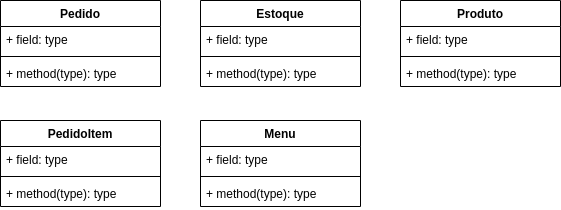
This is classes.drawio.png from dbserver/desafio-pos-java, a draw.io export, as it was before one commit. Source tidied: cells renumbered, new cells last; positions are measured from the earlier drawing's top-left corner, leaving out a move shared by most shapes.
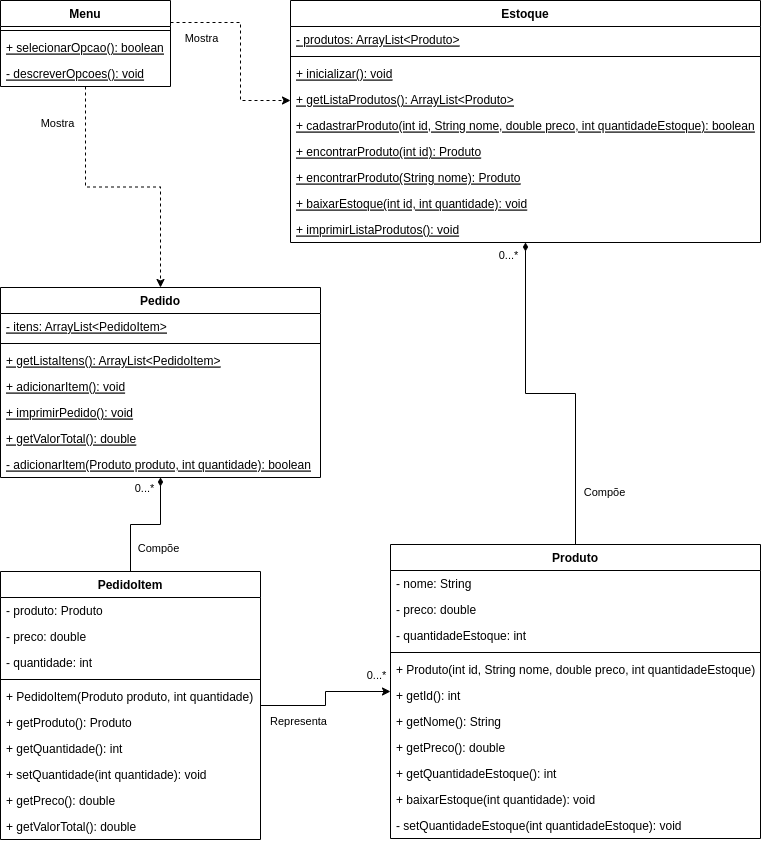
Later version of the same file.

Commit message:
Atualizando o diagrama de classes.

The edit, as a diff of the source:
```diff
@@ -3,64 +3,199 @@
     <mxCell id="0" />
     <mxCell id="1" parent="0" />
     <mxCell id="2" value="Pedido" style="swimlane;fontStyle=1;align=center;verticalAlign=top;horizontal=1;startSize=26;" parent="1" vertex="1">
-      <mxGeometry width="160" height="86" as="geometry" />
+      <mxGeometry y="288" width="320" height="190" as="geometry" />
     </mxCell>
-    <mxCell id="3" value="+ field: type" style="text;strokeColor=none;fillColor=none;align=left;verticalAlign=top;spacingLeft=4;spacingRight=4;overflow=hidden;" parent="2" vertex="1">
-      <mxGeometry y="26" width="160" height="26" as="geometry" />
+    <mxCell id="3" value="- itens: ArrayList&lt;PedidoItem&gt;" style="text;strokeColor=none;fillColor=none;align=left;verticalAlign=top;spacingLeft=4;spacingRight=4;overflow=hidden;fontStyle=4;" parent="2" vertex="1">
+      <mxGeometry y="26" width="320" height="26" as="geometry" />
     </mxCell>
     <mxCell id="4" style="line;strokeWidth=1;fillColor=none;align=left;verticalAlign=middle;spacingTop=-1;spacingLeft=3;spacingRight=3;labelPosition=right;strokeColor=inherit;" parent="2" vertex="1">
-      <mxGeometry y="52" width="160" height="8" as="geometry" />
+      <mxGeometry y="52" width="320" height="8" as="geometry" />
     </mxCell>
+    <mxCell id="22" value="+ getListaItens(): ArrayList&lt;PedidoItem&gt;" style="text;strokeColor=none;fillColor=none;align=left;verticalAlign=top;spacingLeft=4;spacingRight=4;overflow=hidden;fontStyle=4;" parent="2" vertex="1">
+      <mxGeometry y="60" width="320" height="26" as="geometry" />
+    </mxCell>
-    <mxCell id="5" value="+ method(type): type" style="text;strokeColor=none;fillColor=none;align=left;verticalAlign=top;spacingLeft=4;spacingRight=4;overflow=hidden;" parent="2" vertex="1">
-      <mxGeometry y="60" width="160" height="26" as="geometry" />
+    <mxCell id="5" value="+ adicionarItem(): void" style="text;strokeColor=none;fillColor=none;align=left;verticalAlign=top;spacingLeft=4;spacingRight=4;overflow=hidden;fontStyle=4;" parent="2" vertex="1">
+      <mxGeometry y="86" width="320" height="26" as="geometry" />
     </mxCell>
+    <mxCell id="23" value="+ imprimirPedido(): void" style="text;strokeColor=none;fillColor=none;align=left;verticalAlign=top;spacingLeft=4;spacingRight=4;overflow=hidden;fontStyle=4;" parent="2" vertex="1">
+      <mxGeometry y="112" width="320" height="26" as="geometry" />
+    </mxCell>
+    <mxCell id="24" value="+ getValorTotal(): double" style="text;strokeColor=none;fillColor=none;align=left;verticalAlign=top;spacingLeft=4;spacingRight=4;overflow=hidden;fontStyle=4;" parent="2" vertex="1">
+      <mxGeometry y="138" width="320" height="26" as="geometry" />
+    </mxCell>
+    <mxCell id="25" value="- adicionarItem(Produto produto, int quantidade): boolean" style="text;strokeColor=none;fillColor=none;align=left;verticalAlign=top;spacingLeft=4;spacingRight=4;overflow=hidden;fontStyle=4;" parent="2" vertex="1">
+      <mxGeometry y="164" width="320" height="26" as="geometry" />
+    </mxCell>
     <mxCell id="6" value="Estoque" style="swimlane;fontStyle=1;align=center;verticalAlign=top;horizontal=1;startSize=26;" parent="1" vertex="1">
-      <mxGeometry x="200" width="160" height="86" as="geometry" />
+      <mxGeometry x="290" y="1" width="470" height="242" as="geometry" />
     </mxCell>
-    <mxCell id="7" value="+ field: type" style="text;strokeColor=none;fillColor=none;align=left;verticalAlign=top;spacingLeft=4;spacingRight=4;overflow=hidden;" parent="6" vertex="1">
-      <mxGeometry y="26" width="160" height="26" as="geometry" />
+    <mxCell id="7" value="- produtos: ArrayList&lt;Produto&gt;" style="text;strokeColor=none;fillColor=none;align=left;verticalAlign=top;spacingLeft=4;spacingRight=4;overflow=hidden;fontStyle=4;" parent="6" vertex="1">
+      <mxGeometry y="26" width="470" height="26" as="geometry" />
     </mxCell>
     <mxCell id="8" style="line;strokeWidth=1;fillColor=none;align=left;verticalAlign=middle;spacingTop=-1;spacingLeft=3;spacingRight=3;labelPosition=right;strokeColor=inherit;" parent="6" vertex="1">
-      <mxGeometry y="52" width="160" height="8" as="geometry" />
+      <mxGeometry y="52" width="470" height="8" as="geometry" />
     </mxCell>
+    <mxCell id="26" value="+ inicializar(): void" style="text;strokeColor=none;fillColor=none;align=left;verticalAlign=top;spacingLeft=4;spacingRight=4;overflow=hidden;fontStyle=4;" parent="6" vertex="1">
+      <mxGeometry y="60" width="470" height="26" as="geometry" />
+    </mxCell>
+    <mxCell id="27" value="+ getListaProdutos(): ArrayList&lt;Produto&gt;" style="text;strokeColor=none;fillColor=none;align=left;verticalAlign=top;spacingLeft=4;spacingRight=4;overflow=hidden;fontStyle=4;" parent="6" vertex="1">
+      <mxGeometry y="86" width="470" height="26" as="geometry" />
+    </mxCell>
-    <mxCell id="9" value="+ method(type): type" style="text;strokeColor=none;fillColor=none;align=left;verticalAlign=top;spacingLeft=4;spacingRight=4;overflow=hidden;" parent="6" vertex="1">
-      <mxGeometry y="60" width="160" height="26" as="geometry" />
+    <mxCell id="9" value="+ cadastrarProduto(int id, String nome, double preco, int quantidadeEstoque): boolean" style="text;strokeColor=none;fillColor=none;align=left;verticalAlign=top;spacingLeft=4;spacingRight=4;overflow=hidden;fontStyle=4;" parent="6" vertex="1">
+      <mxGeometry y="112" width="470" height="26" as="geometry" />
     </mxCell>
+    <mxCell id="28" value="+ encontrarProduto(int id): Produto" style="text;strokeColor=none;fillColor=none;align=left;verticalAlign=top;spacingLeft=4;spacingRight=4;overflow=hidden;fontStyle=4;" parent="6" vertex="1">
+      <mxGeometry y="138" width="470" height="26" as="geometry" />
+    </mxCell>
+    <mxCell id="29" value="+ encontrarProduto(String nome): Produto" style="text;strokeColor=none;fillColor=none;align=left;verticalAlign=top;spacingLeft=4;spacingRight=4;overflow=hidden;fontStyle=4;" parent="6" vertex="1">
+      <mxGeometry y="164" width="470" height="26" as="geometry" />
+    </mxCell>
+    <mxCell id="30" value="+ baixarEstoque(int id, int quantidade): void" style="text;strokeColor=none;fillColor=none;align=left;verticalAlign=top;spacingLeft=4;spacingRight=4;overflow=hidden;fontStyle=4;" parent="6" vertex="1">
+      <mxGeometry y="190" width="470" height="26" as="geometry" />
+    </mxCell>
+    <mxCell id="31" value="+ imprimirListaProdutos(): void" style="text;strokeColor=none;fillColor=none;align=left;verticalAlign=top;spacingLeft=4;spacingRight=4;overflow=hidden;fontStyle=4;" parent="6" vertex="1">
+      <mxGeometry y="216" width="470" height="26" as="geometry" />
+    </mxCell>
+    <mxCell id="32" style="edgeStyle=orthogonalEdgeStyle;rounded=0;html=1;strokeColor=default;startArrow=none;startFill=0;endArrow=diamondThin;endFill=1;" parent="1" edge="1" source="10" target="6">
+      <mxGeometry relative="1" as="geometry" />
+    </mxCell>
+    <mxCell id="33" value="Compõe" style="edgeLabel;html=1;align=center;verticalAlign=middle;" parent="32" vertex="1">
+      <mxGeometry x="0.07" y="3" relative="1" as="geometry">
+        <mxPoint x="65" y="95" as="offset" />
+      </mxGeometry>
+    </mxCell>
+    <mxCell id="34" value="0...*" style="edgeLabel;html=1;align=center;verticalAlign=middle;" parent="32" vertex="1">
+      <mxGeometry x="0.9" relative="1" as="geometry">
+        <mxPoint x="-18" y="-6" as="offset" />
+      </mxGeometry>
+    </mxCell>
     <mxCell id="10" value="Produto" style="swimlane;fontStyle=1;align=center;verticalAlign=top;horizontal=1;startSize=26;" parent="1" vertex="1">
-      <mxGeometry x="400" width="160" height="86" as="geometry" />
+      <mxGeometry x="390" y="545" width="370" height="294" as="geometry" />
     </mxCell>
-    <mxCell id="11" value="+ field: type" style="text;strokeColor=none;fillColor=none;align=left;verticalAlign=top;spacingLeft=4;spacingRight=4;overflow=hidden;" parent="10" vertex="1">
-      <mxGeometry y="26" width="160" height="26" as="geometry" />
+    <mxCell id="11" value="- nome: String" style="text;strokeColor=none;fillColor=none;align=left;verticalAlign=top;spacingLeft=4;spacingRight=4;overflow=hidden;" parent="10" vertex="1">
+      <mxGeometry y="26" width="370" height="26" as="geometry" />
     </mxCell>
+    <mxCell id="35" value="- preco: double" style="text;strokeColor=none;fillColor=none;align=left;verticalAlign=top;spacingLeft=4;spacingRight=4;overflow=hidden;" parent="10" vertex="1">
+      <mxGeometry y="52" width="370" height="26" as="geometry" />
+    </mxCell>
+    <mxCell id="36" value="- quantidadeEstoque: int" style="text;strokeColor=none;fillColor=none;align=left;verticalAlign=top;spacingLeft=4;spacingRight=4;overflow=hidden;" parent="10" vertex="1">
+      <mxGeometry y="78" width="370" height="26" as="geometry" />
+    </mxCell>
     <mxCell id="12" style="line;strokeWidth=1;fillColor=none;align=left;verticalAlign=middle;spacingTop=-1;spacingLeft=3;spacingRight=3;labelPosition=right;strokeColor=inherit;" parent="10" vertex="1">
-      <mxGeometry y="52" width="160" height="8" as="geometry" />
+      <mxGeometry y="104" width="370" height="8" as="geometry" />
     </mxCell>
-    <mxCell id="13" value="+ method(type): type" style="text;strokeColor=none;fillColor=none;align=left;verticalAlign=top;spacingLeft=4;spacingRight=4;overflow=hidden;" parent="10" vertex="1">
-      <mxGeometry y="60" width="160" height="26" as="geometry" />
+    <mxCell id="13" value="+ Produto(int id, String nome, double preco, int quantidadeEstoque)" style="text;strokeColor=none;fillColor=none;align=left;verticalAlign=top;spacingLeft=4;spacingRight=4;overflow=hidden;" parent="10" vertex="1">
+      <mxGeometry y="112" width="370" height="26" as="geometry" />
     </mxCell>
+    <mxCell id="37" value="+ getId(): int" style="text;strokeColor=none;fillColor=none;align=left;verticalAlign=top;spacingLeft=4;spacingRight=4;overflow=hidden;" parent="10" vertex="1">
+      <mxGeometry y="138" width="370" height="26" as="geometry" />
+    </mxCell>
+    <mxCell id="38" value="+ getNome(): String" style="text;strokeColor=none;fillColor=none;align=left;verticalAlign=top;spacingLeft=4;spacingRight=4;overflow=hidden;" parent="10" vertex="1">
+      <mxGeometry y="164" width="370" height="26" as="geometry" />
+    </mxCell>
+    <mxCell id="39" value="+ getPreco(): double" style="text;strokeColor=none;fillColor=none;align=left;verticalAlign=top;spacingLeft=4;spacingRight=4;overflow=hidden;" parent="10" vertex="1">
+      <mxGeometry y="190" width="370" height="26" as="geometry" />
+    </mxCell>
+    <mxCell id="40" value="+ getQuantidadeEstoque(): int" style="text;strokeColor=none;fillColor=none;align=left;verticalAlign=top;spacingLeft=4;spacingRight=4;overflow=hidden;" parent="10" vertex="1">
+      <mxGeometry y="216" width="370" height="26" as="geometry" />
+    </mxCell>
+    <mxCell id="41" value="+ baixarEstoque(int quantidade): void" style="text;strokeColor=none;fillColor=none;align=left;verticalAlign=top;spacingLeft=4;spacingRight=4;overflow=hidden;" parent="10" vertex="1">
+      <mxGeometry y="242" width="370" height="26" as="geometry" />
+    </mxCell>
+    <mxCell id="42" value="- setQuantidadeEstoque(int quantidadeEstoque): void" style="text;strokeColor=none;fillColor=none;align=left;verticalAlign=top;spacingLeft=4;spacingRight=4;overflow=hidden;" parent="10" vertex="1">
+      <mxGeometry y="268" width="370" height="26" as="geometry" />
+    </mxCell>
+    <mxCell id="43" style="edgeStyle=orthogonalEdgeStyle;html=1;strokeColor=default;startArrow=none;startFill=0;endArrow=classic;endFill=1;rounded=0;dashed=1;" parent="1" edge="1" source="14" target="6">
+      <mxGeometry relative="1" as="geometry">
+        <Array as="points">
+          <mxPoint x="240" y="23" />
+          <mxPoint x="240" y="101" />
+        </Array>
+      </mxGeometry>
+    </mxCell>
+    <mxCell id="44" value="Mostra" style="edgeLabel;html=1;align=center;verticalAlign=middle;" parent="43" vertex="1">
+      <mxGeometry x="-0.12" y="1" relative="1" as="geometry">
+        <mxPoint x="-41" y="-2" as="offset" />
+      </mxGeometry>
+    </mxCell>
+    <mxCell id="45" style="edgeStyle=orthogonalEdgeStyle;rounded=0;html=1;dashed=1;strokeColor=default;startArrow=none;startFill=0;endArrow=classic;endFill=1;" parent="1" edge="1" source="14" target="2">
+      <mxGeometry relative="1" as="geometry" />
+    </mxCell>
+    <mxCell id="46" value="Mostra" style="edgeLabel;html=1;align=center;verticalAlign=middle;" parent="45" vertex="1">
+      <mxGeometry x="0.17" y="-2" relative="1" as="geometry">
+        <mxPoint x="-89" y="-66" as="offset" />
+      </mxGeometry>
+    </mxCell>
     <mxCell id="14" value="Menu" style="swimlane;fontStyle=1;align=center;verticalAlign=top;horizontal=1;startSize=26;" parent="1" vertex="1">
-      <mxGeometry x="200" y="120" width="160" height="86" as="geometry" />
+      <mxGeometry y="1" width="170" height="86" as="geometry" />
     </mxCell>
-    <mxCell id="15" value="+ field: type" style="text;strokeColor=none;fillColor=none;align=left;verticalAlign=top;spacingLeft=4;spacingRight=4;overflow=hidden;" parent="14" vertex="1">
-      <mxGeometry y="26" width="160" height="26" as="geometry" />
-    </mxCell>
     <mxCell id="16" style="line;strokeWidth=1;fillColor=none;align=left;verticalAlign=middle;spacingTop=-1;spacingLeft=3;spacingRight=3;labelPosition=right;strokeColor=inherit;" parent="14" vertex="1">
-      <mxGeometry y="52" width="160" height="8" as="geometry" />
+      <mxGeometry y="26" width="170" height="8" as="geometry" />
     </mxCell>
-    <mxCell id="17" value="+ method(type): type" style="text;strokeColor=none;fillColor=none;align=left;verticalAlign=top;spacingLeft=4;spacingRight=4;overflow=hidden;" parent="14" vertex="1">
-      <mxGeometry y="60" width="160" height="26" as="geometry" />
-    </mxCell>
+    <mxCell id="47" value="+ selecionarOpcao(): boolean" style="text;strokeColor=none;fillColor=none;align=left;verticalAlign=top;spacingLeft=4;spacingRight=4;overflow=hidden;fontStyle=4;" parent="14" vertex="1">
+      <mxGeometry y="34" width="170" height="26" as="geometry" />
+    </mxCell>
+    <mxCell id="48" value="- descreverOpcoes(): void" style="text;strokeColor=none;fillColor=none;align=left;verticalAlign=top;spacingLeft=4;spacingRight=4;overflow=hidden;fontStyle=4;" parent="14" vertex="1">
+      <mxGeometry y="60" width="170" height="26" as="geometry" />
+    </mxCell>
+    <mxCell id="49" style="edgeStyle=orthogonalEdgeStyle;rounded=0;html=1;strokeColor=default;startArrow=none;startFill=0;endArrow=diamondThin;endFill=1;" parent="1" edge="1" source="18" target="2">
+      <mxGeometry relative="1" as="geometry" />
+    </mxCell>
+    <mxCell id="50" value="0...*" style="edgeLabel;html=1;align=center;verticalAlign=middle;" parent="49" vertex="1">
+      <mxGeometry x="0.76" y="-2" relative="1" as="geometry">
+        <mxPoint x="-19" y="-5" as="offset" />
+      </mxGeometry>
+    </mxCell>
+    <mxCell id="51" value="Compõe" style="edgeLabel;html=1;align=center;verticalAlign=middle;" parent="49" vertex="1">
+      <mxGeometry x="0.16" y="-1" relative="1" as="geometry">
+        <mxPoint x="2" y="22" as="offset" />
+      </mxGeometry>
+    </mxCell>
+    <mxCell id="52" style="edgeStyle=orthogonalEdgeStyle;rounded=0;html=1;strokeColor=default;startArrow=none;startFill=0;endArrow=classic;endFill=1;" parent="1" edge="1" source="18" target="10">
+      <mxGeometry relative="1" as="geometry" />
+    </mxCell>
+    <mxCell id="53" value="0...*" style="edgeLabel;html=1;align=center;verticalAlign=middle;" parent="52" vertex="1">
+      <mxGeometry x="0.84" y="-1" relative="1" as="geometry">
+        <mxPoint x="-4" y="-18" as="offset" />
+      </mxGeometry>
+    </mxCell>
+    <mxCell id="54" value="Representa" style="edgeLabel;html=1;align=center;verticalAlign=middle;" parent="52" vertex="1">
+      <mxGeometry x="-0.31" y="-2" relative="1" as="geometry">
+        <mxPoint x="-13" y="13" as="offset" />
+      </mxGeometry>
+    </mxCell>
     <mxCell id="18" value="PedidoItem" style="swimlane;fontStyle=1;align=center;verticalAlign=top;horizontal=1;startSize=26;" parent="1" vertex="1">
-      <mxGeometry y="120" width="160" height="86" as="geometry" />
+      <mxGeometry y="572" width="260" height="268" as="geometry" />
     </mxCell>
-    <mxCell id="19" value="+ field: type" style="text;strokeColor=none;fillColor=none;align=left;verticalAlign=top;spacingLeft=4;spacingRight=4;overflow=hidden;" parent="18" vertex="1">
-      <mxGeometry y="26" width="160" height="26" as="geometry" />
+    <mxCell id="19" value="- produto: Produto" style="text;strokeColor=none;fillColor=none;align=left;verticalAlign=top;spacingLeft=4;spacingRight=4;overflow=hidden;" parent="18" vertex="1">
+      <mxGeometry y="26" width="260" height="26" as="geometry" />
     </mxCell>
+    <mxCell id="55" value="- preco: double" style="text;strokeColor=none;fillColor=none;align=left;verticalAlign=top;spacingLeft=4;spacingRight=4;overflow=hidden;" parent="18" vertex="1">
+      <mxGeometry y="52" width="260" height="26" as="geometry" />
+    </mxCell>
+    <mxCell id="56" value="- quantidade: int" style="text;strokeColor=none;fillColor=none;align=left;verticalAlign=top;spacingLeft=4;spacingRight=4;overflow=hidden;" parent="18" vertex="1">
+      <mxGeometry y="78" width="260" height="26" as="geometry" />
+    </mxCell>
     <mxCell id="20" style="line;strokeWidth=1;fillColor=none;align=left;verticalAlign=middle;spacingTop=-1;spacingLeft=3;spacingRight=3;labelPosition=right;strokeColor=inherit;" parent="18" vertex="1">
-      <mxGeometry y="52" width="160" height="8" as="geometry" />
+      <mxGeometry y="104" width="260" height="8" as="geometry" />
     </mxCell>
-    <mxCell id="21" value="+ method(type): type" style="text;strokeColor=none;fillColor=none;align=left;verticalAlign=top;spacingLeft=4;spacingRight=4;overflow=hidden;" parent="18" vertex="1">
-      <mxGeometry y="60" width="160" height="26" as="geometry" />
+    <mxCell id="21" value="+ PedidoItem(Produto produto, int quantidade)" style="text;strokeColor=none;fillColor=none;align=left;verticalAlign=top;spacingLeft=4;spacingRight=4;overflow=hidden;" parent="18" vertex="1">
+      <mxGeometry y="112" width="260" height="26" as="geometry" />
     </mxCell>
+    <mxCell id="57" value="+ getProduto(): Produto" style="text;strokeColor=none;fillColor=none;align=left;verticalAlign=top;spacingLeft=4;spacingRight=4;overflow=hidden;" parent="18" vertex="1">
+      <mxGeometry y="138" width="260" height="26" as="geometry" />
+    </mxCell>
+    <mxCell id="58" value="+ getQuantidade(): int" style="text;strokeColor=none;fillColor=none;align=left;verticalAlign=top;spacingLeft=4;spacingRight=4;overflow=hidden;" parent="18" vertex="1">
+      <mxGeometry y="164" width="260" height="26" as="geometry" />
+    </mxCell>
+    <mxCell id="59" value="+ setQuantidade(int quantidade): void" style="text;strokeColor=none;fillColor=none;align=left;verticalAlign=top;spacingLeft=4;spacingRight=4;overflow=hidden;" parent="18" vertex="1">
+      <mxGeometry y="190" width="260" height="26" as="geometry" />
+    </mxCell>
+    <mxCell id="60" value="+ getPreco(): double" style="text;strokeColor=none;fillColor=none;align=left;verticalAlign=top;spacingLeft=4;spacingRight=4;overflow=hidden;" parent="18" vertex="1">
+      <mxGeometry y="216" width="260" height="26" as="geometry" />
+    </mxCell>
+    <mxCell id="61" value="+ getValorTotal(): double" style="text;strokeColor=none;fillColor=none;align=left;verticalAlign=top;spacingLeft=4;spacingRight=4;overflow=hidden;" parent="18" vertex="1">
+      <mxGeometry y="242" width="260" height="26" as="geometry" />
+    </mxCell>
   </root>
 </mxGraphModel>
```
